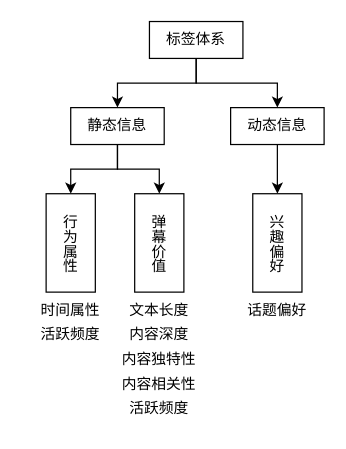
The draw.io diagram docs/Assets/AniLink-cloud/标签体系.drawio in All1217/AniLink-Java, before the edit. Source tidied: cells renumbered, new cells numbered last; positions are measured from the earlier drawing's top-left corner, leaving out a move shared by most shapes. Both pictures are drawn from the tidied source at 123%, with x=0, y=0 at pixel (33, 21).
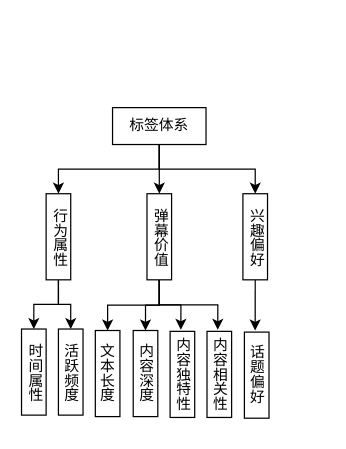
After the change.

Change to the diagram source:
```diff
@@
-    <mxCell id="2" style="edgeStyle=orthogonalEdgeStyle;rounded=0;jettySize=auto;html=1;exitX=0.5;exitY=1;exitDx=0;exitDy=0;entryX=0.5;entryY=0;entryDx=0;entryDy=0;" parent="1" edge="1" source="4" target="7">
-      <mxGeometry relative="1" as="geometry" />
-    </mxCell>
-    <mxCell id="3" style="edgeStyle=orthogonalEdgeStyle;rounded=0;jettySize=auto;html=1;exitX=0.5;exitY=1;exitDx=0;exitDy=0;entryX=0.5;entryY=0;entryDx=0;entryDy=0;" parent="1" edge="1" source="4" target="9">
-      <mxGeometry relative="1" as="geometry" />
-    </mxCell>
+    <mxCell id="24" style="edgeStyle=orthogonalEdgeStyle;rounded=0;jettySize=auto;html=1;exitX=0.5;exitY=1;exitDx=0;exitDy=0;entryX=0.5;entryY=0;entryDx=0;entryDy=0;" parent="1" edge="1" source="4" target="33">
+      <mxGeometry relative="1" as="geometry" />
+    </mxCell>
+    <mxCell id="25" style="edgeStyle=orthogonalEdgeStyle;rounded=0;jettySize=auto;html=1;exitX=0.5;exitY=1;exitDx=0;exitDy=0;entryX=0.5;entryY=0;entryDx=0;entryDy=0;" parent="1" edge="1" source="4" target="10">
+      <mxGeometry relative="1" as="geometry" />
+    </mxCell>
+    <mxCell id="26" style="edgeStyle=orthogonalEdgeStyle;rounded=0;jettySize=auto;html=1;exitX=0.5;exitY=1;exitDx=0;exitDy=0;entryX=0.5;entryY=0;entryDx=0;entryDy=0;" parent="1" edge="1" source="4" target="35">
+      <mxGeometry relative="1" as="geometry" />
+    </mxCell>
     <mxCell id="4" value="标签体系" style="rounded=0;whiteSpace=wrap;html=1;" parent="1" vertex="1">
-      <mxGeometry x="94" width="76" height="30" as="geometry" />
+      <mxGeometry x="64" y="70" width="76" height="30" as="geometry" />
     </mxCell>
-    <mxCell id="5" style="edgeStyle=orthogonalEdgeStyle;rounded=0;jettySize=auto;html=1;exitX=0.5;exitY=1;exitDx=0;exitDy=0;entryX=0.5;entryY=0;entryDx=0;entryDy=0;" parent="1" edge="1" source="7" target="10">
-      <mxGeometry relative="1" as="geometry" />
-    </mxCell>
-    <mxCell id="6" style="edgeStyle=orthogonalEdgeStyle;rounded=0;jettySize=auto;html=1;exitX=0.5;exitY=1;exitDx=0;exitDy=0;entryX=0.5;entryY=0;entryDx=0;entryDy=0;" parent="1" edge="1" source="7" target="12">
-      <mxGeometry relative="1" as="geometry" />
-    </mxCell>
-    <mxCell id="7" value="静态信息" style="rounded=0;whiteSpace=wrap;html=1;" parent="1" vertex="1">
-      <mxGeometry x="30" y="70" width="76" height="30" as="geometry" />
-    </mxCell>
-    <mxCell id="8" style="edgeStyle=orthogonalEdgeStyle;rounded=0;jettySize=auto;html=1;exitX=0.5;exitY=1;exitDx=0;exitDy=0;entryX=0.5;entryY=0;entryDx=0;entryDy=0;" parent="1" edge="1" source="9" target="14">
-      <mxGeometry relative="1" as="geometry" />
-    </mxCell>
-    <mxCell id="9" value="动态信息" style="rounded=0;whiteSpace=wrap;html=1;" parent="1" vertex="1">
-      <mxGeometry x="160" y="70" width="76" height="30" as="geometry" />
-    </mxCell>
+    <mxCell id="27" style="edgeStyle=orthogonalEdgeStyle;rounded=0;jettySize=auto;html=1;exitX=0.5;exitY=1;exitDx=0;exitDy=0;entryX=0.5;entryY=0;entryDx=0;entryDy=0;" parent="1" edge="1" source="10" target="36">
+      <mxGeometry relative="1" as="geometry" />
+    </mxCell>
+    <mxCell id="28" style="edgeStyle=orthogonalEdgeStyle;rounded=0;jettySize=auto;html=1;exitX=0.5;exitY=1;exitDx=0;exitDy=0;entryX=0.5;entryY=0;entryDx=0;entryDy=0;" parent="1" edge="1" source="10" target="37">
+      <mxGeometry relative="1" as="geometry" />
+    </mxCell>
     <mxCell id="10" style="rounded=0;whiteSpace=wrap;html=1;" parent="1" vertex="1">
-      <mxGeometry x="10" y="140" width="40" height="80" as="geometry" />
+      <mxGeometry x="10" y="140" width="20" height="70" as="geometry" />
     </mxCell>
     <mxCell id="11" value="行为属性" style="text;html=1;align=center;verticalAlign=middle;whiteSpace=wrap;rounded=0;textDirection=vertical-lr;" parent="1" vertex="1">
-      <mxGeometry x="10" y="147.5" width="35" height="65" as="geometry" />
+      <mxGeometry x="11.2" y="148.8" width="17.5" height="52.5" as="geometry" />
     </mxCell>
-    <mxCell id="12" style="rounded=0;whiteSpace=wrap;html=1;" parent="1" vertex="1">
-      <mxGeometry x="82" y="140" width="40" height="80" as="geometry" />
-    </mxCell>
+    <mxCell id="29" style="edgeStyle=orthogonalEdgeStyle;rounded=0;jettySize=auto;html=1;exitX=0.5;exitY=1;exitDx=0;exitDy=0;entryX=0.5;entryY=0;entryDx=0;entryDy=0;" parent="1" edge="1" source="33" target="39">
+      <mxGeometry relative="1" as="geometry" />
+    </mxCell>
+    <mxCell id="30" style="edgeStyle=orthogonalEdgeStyle;rounded=0;jettySize=auto;html=1;exitX=0.5;exitY=1;exitDx=0;exitDy=0;entryX=0.5;entryY=0;entryDx=0;entryDy=0;" parent="1" edge="1" source="33" target="40">
+      <mxGeometry relative="1" as="geometry" />
+    </mxCell>
+    <mxCell id="31" style="edgeStyle=orthogonalEdgeStyle;rounded=0;jettySize=auto;html=1;exitX=0.5;exitY=1;exitDx=0;exitDy=0;entryX=0.5;entryY=0;entryDx=0;entryDy=0;" parent="1" edge="1" source="33" target="20">
+      <mxGeometry relative="1" as="geometry" />
+    </mxCell>
+    <mxCell id="32" style="edgeStyle=orthogonalEdgeStyle;rounded=0;jettySize=auto;html=1;exitX=0.5;exitY=1;exitDx=0;exitDy=0;entryX=0.5;entryY=0;entryDx=0;entryDy=0;" parent="1" edge="1" source="33" target="21">
+      <mxGeometry relative="1" as="geometry" />
+    </mxCell>
+    <mxCell id="33" style="rounded=0;whiteSpace=wrap;html=1;" parent="1" vertex="1">
+      <mxGeometry x="92" y="140" width="20" height="70" as="geometry" />
+    </mxCell>
     <mxCell id="13" value="弹幕价值" style="text;html=1;align=center;verticalAlign=middle;whiteSpace=wrap;rounded=0;textDirection=vertical-lr;" parent="1" vertex="1">
-      <mxGeometry x="82" y="147.5" width="35" height="65" as="geometry" />
+      <mxGeometry x="93.2" y="148.8" width="17.5" height="52.5" as="geometry" />
     </mxCell>
-    <mxCell id="14" style="rounded=0;whiteSpace=wrap;html=1;" parent="1" vertex="1">
-      <mxGeometry x="178" y="140" width="40" height="80" as="geometry" />
-    </mxCell>
+    <mxCell id="34" style="edgeStyle=orthogonalEdgeStyle;rounded=0;jettySize=auto;html=1;exitX=0.5;exitY=1;exitDx=0;exitDy=0;entryX=0.5;entryY=0;entryDx=0;entryDy=0;" parent="1" edge="1" source="35" target="23">
+      <mxGeometry relative="1" as="geometry" />
+    </mxCell>
+    <mxCell id="35" style="rounded=0;whiteSpace=wrap;html=1;" parent="1" vertex="1">
+      <mxGeometry x="170" y="140" width="20" height="70" as="geometry" />
+    </mxCell>
     <mxCell id="15" value="兴趣偏好" style="text;html=1;align=center;verticalAlign=middle;whiteSpace=wrap;rounded=0;textDirection=vertical-lr;" parent="1" vertex="1">
-      <mxGeometry x="178" y="147.5" width="35" height="65" as="geometry" />
+      <mxGeometry x="171.2" y="148.8" width="17.5" height="52.5" as="geometry" />
     </mxCell>
+    <mxCell id="36" style="rounded=0;whiteSpace=wrap;html=1;" parent="1" vertex="1">
+      <mxGeometry x="-10" y="250" width="20" height="70" as="geometry" />
+    </mxCell>
-    <mxCell id="16" value="时间属性" style="text;html=1;align=center;verticalAlign=middle;whiteSpace=wrap;rounded=0;" parent="1" vertex="1">
-      <mxGeometry y="220" width="60" height="30" as="geometry" />
+    <mxCell id="16" value="时间属性" style="text;html=1;align=center;verticalAlign=middle;whiteSpace=wrap;rounded=0;textDirection=vertical-lr;" parent="1" vertex="1">
+      <mxGeometry x="-8.8" y="258.8" width="17.5" height="52.5" as="geometry" />
     </mxCell>
-    <mxCell id="17" value="活跃频度" style="text;html=1;align=center;verticalAlign=middle;whiteSpace=wrap;rounded=0;" parent="1" vertex="1">
-      <mxGeometry y="240" width="60" height="30" as="geometry" />
-    </mxCell>
+    <mxCell id="37" style="rounded=0;whiteSpace=wrap;html=1;" parent="1" vertex="1">
+      <mxGeometry x="20" y="250" width="20" height="70" as="geometry" />
+    </mxCell>
+    <mxCell id="38" value="活跃频度" style="text;html=1;align=center;verticalAlign=middle;whiteSpace=wrap;rounded=0;textDirection=vertical-lr;" parent="1" vertex="1">
+      <mxGeometry x="20" y="258.8" width="17.5" height="52.5" as="geometry" />
+    </mxCell>
+    <mxCell id="39" style="rounded=0;whiteSpace=wrap;html=1;" parent="1" vertex="1">
+      <mxGeometry x="50" y="251.2" width="20" height="70" as="geometry" />
+    </mxCell>
-    <mxCell id="18" value="文本长度" style="text;html=1;align=center;verticalAlign=middle;whiteSpace=wrap;rounded=0;" parent="1" vertex="1">
-      <mxGeometry x="72" y="220" width="60" height="30" as="geometry" />
+    <mxCell id="18" value="文本长度" style="text;html=1;align=center;verticalAlign=middle;whiteSpace=wrap;rounded=0;textDirection=vertical-lr;" parent="1" vertex="1">
+      <mxGeometry x="49.2" y="259.4" width="17.5" height="52.5" as="geometry" />
     </mxCell>
+    <mxCell id="40" style="rounded=0;whiteSpace=wrap;html=1;" parent="1" vertex="1">
+      <mxGeometry x="80.8" y="251.2" width="20" height="70" as="geometry" />
+    </mxCell>
-    <mxCell id="19" value="内容深度" style="text;html=1;align=center;verticalAlign=middle;whiteSpace=wrap;rounded=0;" parent="1" vertex="1">
-      <mxGeometry x="72" y="240" width="60" height="30" as="geometry" />
+    <mxCell id="19" value="内容深度" style="text;html=1;align=center;verticalAlign=middle;whiteSpace=wrap;rounded=0;textDirection=vertical-lr;" parent="1" vertex="1">
+      <mxGeometry x="80.8" y="259.4" width="17.5" height="52.5" as="geometry" />
     </mxCell>
+    <mxCell id="41" style="rounded=0;whiteSpace=wrap;html=1;" parent="1" vertex="1">
+      <mxGeometry x="110.8" y="251.9" width="20" height="70" as="geometry" />
+    </mxCell>
-    <mxCell id="20" value="内容独特性" style="text;html=1;align=center;verticalAlign=middle;whiteSpace=wrap;rounded=0;" parent="1" vertex="1">
-      <mxGeometry x="70" y="260" width="64" height="30" as="geometry" />
+    <mxCell id="20" value="内容独特性" style="text;html=1;align=center;verticalAlign=middle;whiteSpace=wrap;rounded=0;textDirection=vertical-lr;" parent="1" vertex="1">
+      <mxGeometry x="110.8" y="250.6" width="17.5" height="71.2" as="geometry" />
     </mxCell>
+    <mxCell id="42" style="rounded=0;whiteSpace=wrap;html=1;" parent="1" vertex="1">
+      <mxGeometry x="140.8" y="251.9" width="20" height="70" as="geometry" />
+    </mxCell>
-    <mxCell id="21" value="内容相关性" style="text;html=1;align=center;verticalAlign=middle;whiteSpace=wrap;rounded=0;" parent="1" vertex="1">
-      <mxGeometry x="70" y="280" width="64" height="30" as="geometry" />
+    <mxCell id="21" value="内容相关性" style="text;html=1;align=center;verticalAlign=middle;whiteSpace=wrap;rounded=0;textDirection=vertical-lr;" parent="1" vertex="1">
+      <mxGeometry x="140.8" y="250.6" width="17.5" height="71.2" as="geometry" />
     </mxCell>
-    <mxCell id="22" value="活跃频度" style="text;html=1;align=center;verticalAlign=middle;whiteSpace=wrap;rounded=0;" parent="1" vertex="1">
-      <mxGeometry x="72" y="300" width="60" height="30" as="geometry" />
-    </mxCell>
+    <mxCell id="43" style="rounded=0;whiteSpace=wrap;html=1;" parent="1" vertex="1">
+      <mxGeometry x="171.2" y="252.5" width="20" height="70" as="geometry" />
+    </mxCell>
-    <mxCell id="23" value="话题偏好" style="text;html=1;align=center;verticalAlign=middle;whiteSpace=wrap;rounded=0;" parent="1" vertex="1">
-      <mxGeometry x="166" y="220" width="64" height="30" as="geometry" />
+    <mxCell id="23" value="话题偏好" style="text;html=1;align=center;verticalAlign=middle;whiteSpace=wrap;rounded=0;textDirection=vertical-lr;" parent="1" vertex="1">
+      <mxGeometry x="171.2" y="251.2" width="17.5" height="71.2" as="geometry" />
     </mxCell>
```
